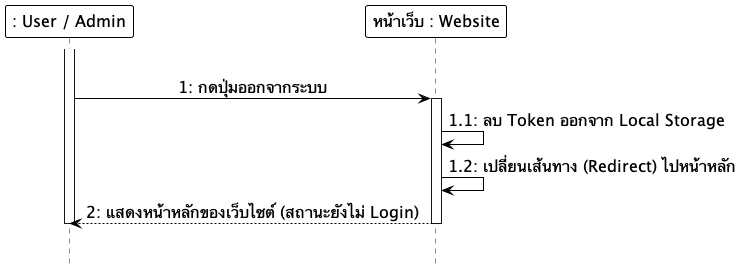
Before: docs/diagrams/images/sequence/sequence_12_logout.png, a diagram exported from PlantUML (Anatta-at/my-portfolio-app). Its diagram source:
```plantuml
@startuml
hide footbox
skinparam monochrome true
skinparam shadowing false
skinparam backgroundcolor transparent
skinparam ParticipantMinHeight 60
skinparam ParticipantMinWidth 160
skinparam ParticipantBackgroundColor white
skinparam ParticipantBorderColor black
skinparam ParticipantBorderThickness 1.0
skinparam ParticipantFontSize 16
skinparam LifeLineBackgroundColor white
skinparam LifeLineBorderColor black
skinparam LifeLineBorderThickness 1.0
skinparam ArrowColor black
skinparam ArrowFontSize 16
skinparam sequenceMessageAlign center

participant ": User / Admin" as User
participant "หน้าเว็บ : Website" as Frontend

|||
activate User
User -> Frontend: 1: กดปุ่มออกจากระบบ
activate Frontend
Frontend -> Frontend: 1.1: ลบ Token ออกจาก Local Storage
Frontend -> Frontend: 1.2: เปลี่ยนเส้นทาง (Redirect) ไปหน้าหลัก
Frontend --> User: 2: แสดงหน้าหลักของเว็บไซต์ (สถานะยังไม่ Login)
deactivate Frontend
deactivate User
|||
@enduml
```
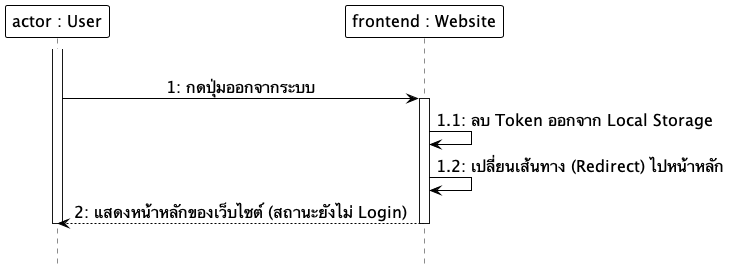
Later version of the same file.

Diff of the diagram source:
```diff
@@ -16,8 +16,8 @@
 skinparam ArrowFontSize 16
 skinparam sequenceMessageAlign center
 
-participant ": User / Admin" as User
-participant "หน้าเว็บ : Website" as Frontend
+participant "actor : User" as User
+participant "frontend : Website" as Frontend
 
 |||
 activate User
```
